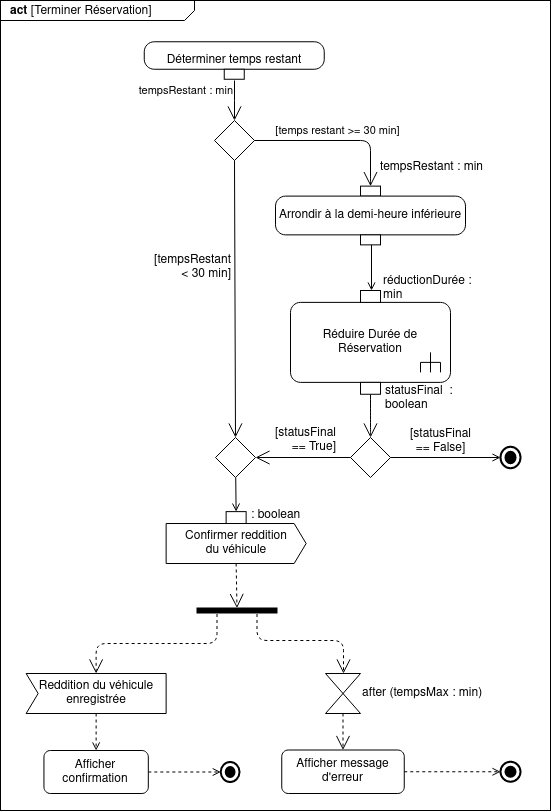
Before: diagrammes/act_TerminerReservation.png, a diagram exported from draw.io (Dalker/ISI-mobility). Source tidied: cells renumbered, new cells last; positions are measured from the earlier drawing's top-left corner, leaving out a move shared by most shapes.
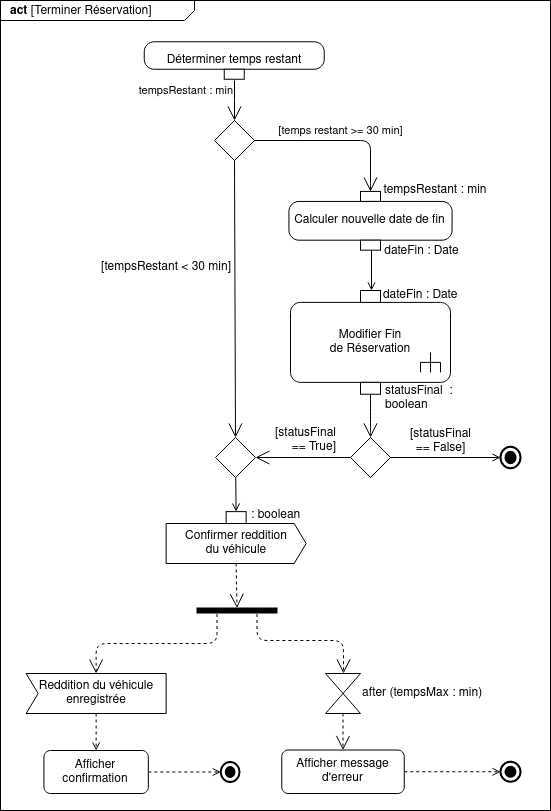
After the change.

The edit, as a diff of the source:
```diff
@@ -16,10 +16,10 @@
         <mxPoint x="234" y="110" as="targetPoint" />
       </mxGeometry>
     </mxCell>
-    <mxCell id="6" value="Réduire Durée de Réservation" style="html=1;shape=mxgraph.sysml.callBehAct;whiteSpace=wrap;align=center;" parent="1" vertex="1">
+    <mxCell id="6" value="&lt;div&gt;Modifier Fin &lt;br&gt;&lt;/div&gt;&lt;div&gt;de Réservation&lt;/div&gt;" style="html=1;shape=mxgraph.sysml.callBehAct;whiteSpace=wrap;align=center;" parent="1" vertex="1">
       <mxGeometry x="290" y="331.9" width="160" height="80" as="geometry" />
     </mxCell>
-    <mxCell id="7" value="&lt;div&gt;réductionDurée : &lt;br&gt;&lt;/div&gt;&lt;div&gt;min&lt;/div&gt;" style="shape=rect;strokeWidth=1;labelPosition=right;verticalLabelPosition=middle;align=left;verticalAlign=bottom;spacingLeft=1;fontSize=12;html=1;spacing=2;spacingBottom=-3;spacingRight=0;" parent="1" vertex="1">
+    <mxCell id="7" value="dateFin : Date" style="shape=rect;strokeWidth=1;labelPosition=right;verticalLabelPosition=middle;align=left;verticalAlign=bottom;spacingLeft=1;fontSize=12;html=1;spacing=2;spacingBottom=-3;spacingRight=0;" parent="1" vertex="1">
       <mxGeometry x="360" y="320" width="20" height="11.9" as="geometry" />
     </mxCell>
     <mxCell id="8" value="[temps restant &amp;gt;= 30 min]" style="edgeStyle=elbowEdgeStyle;html=1;elbow=horizontal;endArrow=open;labelBackgroundColor=none;strokeWidth=1;endSize=12;exitX=1;exitY=0.5;exitDx=0;exitDy=0;entryX=0;entryY=0.5;entryDx=0;entryDy=0;entryPerimeter=0;rounded=1;" parent="1" edge="1" source="4" target="10">
@@ -37,101 +37,102 @@
         <mxPoint x="371" y="320" as="targetPoint" />
       </mxGeometry>
     </mxCell>
-    <mxCell id="10" value="Arrondir à la demi-heure inférieure" style="html=1;shape=mxgraph.sysml.isControl;whiteSpace=wrap;align=center;labelBackgroundColor=none;fontSize=12;rotation=90;labelPosition=center;verticalLabelPosition=middle;verticalAlign=middle;horizontal=0;" parent="1" vertex="1">
-      <mxGeometry x="340.6" y="150" width="58.8" height="190" as="geometry" />
+    <mxCell id="10" value="Calculer nouvelle date de fin" style="html=1;shape=mxgraph.sysml.isControl;whiteSpace=wrap;align=center;labelBackgroundColor=none;fontSize=12;rotation=90;labelPosition=center;verticalLabelPosition=middle;verticalAlign=middle;horizontal=0;" parent="1" vertex="1">
+      <mxGeometry x="340.6" y="168.8" width="58.8" height="163.1" as="geometry" />
     </mxCell>
-    <mxCell id="11" value="tempsRestant : min" style="html=1;align=center;verticalAlign=bottom;labelPosition=center;verticalLabelPosition=top;labelBackgroundColor=none;spacingRight=61;rotation=90;horizontal=0;spacingLeft=0;spacing=5;spacingTop=0;" parent="10" vertex="1">
-      <mxGeometry x="84" y="206.8" as="geometry">
-        <mxPoint x="-148" y="36" as="offset" />
-      </mxGeometry>
+    <mxCell id="11" style="edgeStyle=none;rounded=1;jumpSize=6;jettySize=auto;html=1;entryX=0.5;entryY=0;entryDx=0;entryDy=0;endArrow=open;endFill=0;strokeColor=#000000;strokeWidth=1;fontSize=12;" parent="1" edge="1" source="12" target="28">
+      <mxGeometry relative="1" as="geometry" />
     </mxCell>
-    <mxCell id="12" style="edgeStyle=none;rounded=1;jumpSize=6;jettySize=auto;html=1;entryX=0.5;entryY=0;entryDx=0;entryDy=0;endArrow=open;endFill=0;strokeColor=#000000;strokeWidth=1;fontSize=12;" parent="1" edge="1" source="13" target="29">
-      <mxGeometry relative="1" as="geometry" />
+    <mxCell id="12" style="shape=rhombus;html=1;verticalLabelPosition=top;verticalAlignment=bottom;labelBackgroundColor=none;fontSize=12;align=left;" parent="1" vertex="1">
+      <mxGeometry x="215" y="467" width="40" height="40" as="geometry" />
     </mxCell>
-    <mxCell id="13" style="shape=rhombus;html=1;verticalLabelPosition=top;verticalAlignment=bottom;labelBackgroundColor=none;fontSize=12;align=left;" parent="1" vertex="1">
-      <mxGeometry x="215" y="467" width="40" height="40" as="geometry" />
+    <mxCell id="13" style="edgeStyle=orthogonalEdgeStyle;html=1;elbow=vertical;verticalAlign=bottom;startArrow=open;endArrow=none;rounded=0;labelBackgroundColor=none;startSize=12;fontSize=12;curved=1;entryX=0.5;entryY=1;entryDx=0;entryDy=0;exitX=0.5;exitY=0;exitDx=0;exitDy=0;" parent="1" edge="1" source="18" target="15">
+      <mxGeometry relative="1" as="geometry" />
     </mxCell>
-    <mxCell id="14" style="edgeStyle=orthogonalEdgeStyle;html=1;elbow=vertical;verticalAlign=bottom;startArrow=open;endArrow=none;rounded=0;labelBackgroundColor=none;startSize=12;fontSize=12;curved=1;entryX=0.5;entryY=1;entryDx=0;entryDy=0;exitX=0.5;exitY=0;exitDx=0;exitDy=0;" parent="1" edge="1" source="19" target="16">
-      <mxGeometry relative="1" as="geometry" />
+    <mxCell id="14" value="&lt;div&gt;[tempsRestant &amp;lt; 30 min]&lt;/div&gt;" style="edgeStyle=none;html=1;endArrow=open;endSize=12;verticalAlign=middle;labelBackgroundColor=none;fontSize=12;exitX=0.5;exitY=1;exitDx=0;exitDy=0;entryX=0.5;entryY=0;entryDx=0;entryDy=0;horizontal=1;labelPosition=left;verticalLabelPosition=middle;align=right;spacingLeft=-38;spacingRight=0;spacingTop=0;spacing=20;spacingBottom=0;" parent="1" edge="1" source="4" target="12">
+      <mxGeometry x="-0.23" y="16" relative="1" as="geometry" />
     </mxCell>
-    <mxCell id="15" value="&lt;div&gt;[tempsRestant&lt;/div&gt;&lt;div&gt;&amp;lt; 30 min]&lt;/div&gt;" style="edgeStyle=none;html=1;endArrow=open;endSize=12;verticalAlign=middle;labelBackgroundColor=none;fontSize=12;exitX=0.5;exitY=1;exitDx=0;exitDy=0;entryX=0.5;entryY=0;entryDx=0;entryDy=0;horizontal=1;labelPosition=left;verticalLabelPosition=middle;align=right;spacingLeft=-38;spacingRight=0;spacingTop=0;spacing=20;spacingBottom=0;" parent="1" edge="1" source="4" target="13">
-      <mxGeometry x="-0.23" y="16" relative="1" as="geometry" />
+    <mxCell id="15" value="&lt;div&gt;statusFinal&amp;nbsp; :&lt;/div&gt;&lt;div&gt;boolean&lt;/div&gt;" style="shape=rect;strokeWidth=1;labelPosition=right;verticalLabelPosition=middle;align=left;verticalAlign=middle;spacingLeft=1;fontSize=12;html=1;spacing=4;spacingBottom=-21;spacingRight=0;horizontal=1;" parent="1" vertex="1">
+      <mxGeometry x="360" y="411.9" width="20" height="11.9" as="geometry" />
     </mxCell>
-    <mxCell id="16" value="&lt;div&gt;statusFinal&amp;nbsp; :&lt;/div&gt;&lt;div&gt;boolean&lt;/div&gt;" style="shape=rect;strokeWidth=1;labelPosition=right;verticalLabelPosition=middle;align=left;verticalAlign=middle;spacingLeft=1;fontSize=12;html=1;spacing=4;spacingBottom=-21;spacingRight=0;horizontal=1;" parent="1" vertex="1">
-      <mxGeometry x="360" y="411.9" width="20" height="11.9" as="geometry" />
+    <mxCell id="16" value="&lt;div&gt;[statusFinal &lt;br&gt;&lt;/div&gt;&lt;div&gt;== True]&lt;/div&gt;" style="edgeStyle=orthogonalEdgeStyle;rounded=1;jettySize=auto;html=1;entryX=1;entryY=0.5;entryDx=0;entryDy=0;endArrow=open;endFill=0;endSize=12;strokeColor=#000000;strokeWidth=1;fontSize=12;labelPosition=left;verticalLabelPosition=middle;align=right;verticalAlign=middle;spacing=5;" parent="1" edge="1" source="18" target="12">
+      <mxGeometry x="-0.79" y="-17" relative="1" as="geometry" />
     </mxCell>
-    <mxCell id="17" value="&lt;div&gt;[statusFinal &lt;br&gt;&lt;/div&gt;&lt;div&gt;== True]&lt;/div&gt;" style="edgeStyle=orthogonalEdgeStyle;rounded=1;jettySize=auto;html=1;entryX=1;entryY=0.5;entryDx=0;entryDy=0;endArrow=open;endFill=0;endSize=12;strokeColor=#000000;strokeWidth=1;fontSize=12;labelPosition=left;verticalLabelPosition=middle;align=right;verticalAlign=middle;spacing=5;" parent="1" edge="1" source="19" target="13">
-      <mxGeometry x="-0.79" y="-17" relative="1" as="geometry" />
+    <mxCell id="17" value="&lt;div&gt;[statusFinal &lt;br&gt;&lt;/div&gt;&lt;div&gt;== False]&lt;/div&gt;" style="rounded=1;jettySize=auto;html=1;exitX=1;exitY=0.5;exitDx=0;exitDy=0;entryX=0;entryY=0.5;entryDx=0;entryDy=0;endArrow=open;endFill=0;strokeColor=#000000;strokeWidth=1;fontSize=12;spacing=3;spacingTop=-19;entryPerimeter=0;jumpSize=6;" parent="1" edge="1" source="18" target="29">
+      <mxGeometry x="-0.09" y="7" relative="1" as="geometry" />
     </mxCell>
-    <mxCell id="18" value="&lt;div&gt;[statusFinal &lt;br&gt;&lt;/div&gt;&lt;div&gt;== False]&lt;/div&gt;" style="rounded=1;jettySize=auto;html=1;exitX=1;exitY=0.5;exitDx=0;exitDy=0;entryX=0;entryY=0.5;entryDx=0;entryDy=0;endArrow=open;endFill=0;strokeColor=#000000;strokeWidth=1;fontSize=12;spacing=3;spacingTop=-19;entryPerimeter=0;jumpSize=6;" parent="1" edge="1" source="19" target="30">
-      <mxGeometry x="-0.09" y="7" relative="1" as="geometry" />
+    <mxCell id="18" style="shape=rhombus;html=1;verticalLabelPosition=top;verticalAlignment=bottom;labelBackgroundColor=none;fontSize=12;align=left;" parent="1" vertex="1">
+      <mxGeometry x="350" y="467" width="40" height="40" as="geometry" />
     </mxCell>
-    <mxCell id="19" style="shape=rhombus;html=1;verticalLabelPosition=top;verticalAlignment=bottom;labelBackgroundColor=none;fontSize=12;align=left;" parent="1" vertex="1">
-      <mxGeometry x="350" y="467" width="40" height="40" as="geometry" />
+    <mxCell id="19" style="edgeStyle=orthogonalEdgeStyle;rounded=1;jettySize=auto;html=1;entryX=0;entryY=0.5;entryDx=0;entryDy=0;endArrow=open;endFill=0;endSize=12;strokeColor=#000000;strokeWidth=1;fontSize=12;dashed=1;exitX=0.5;exitY=1;exitDx=0;exitDy=0;exitPerimeter=0;" parent="1" edge="1" source="20" target="36">
+      <mxGeometry relative="1" as="geometry" />
     </mxCell>
-    <mxCell id="20" style="edgeStyle=orthogonalEdgeStyle;rounded=1;jettySize=auto;html=1;entryX=0;entryY=0.5;entryDx=0;entryDy=0;endArrow=open;endFill=0;endSize=12;strokeColor=#000000;strokeWidth=1;fontSize=12;dashed=1;exitX=0.5;exitY=1;exitDx=0;exitDy=0;exitPerimeter=0;" parent="1" edge="1" source="21" target="37">
-      <mxGeometry relative="1" as="geometry" />
+    <mxCell id="20" value="&lt;div&gt;Confirmer reddition&lt;/div&gt;&lt;div&gt;du véhicule&lt;br&gt;&lt;/div&gt;" style="html=1;shape=mxgraph.sysml.sendSigAct;strokeWidth=1;whiteSpace=wrap;align=center;labelBackgroundColor=none;fontSize=12;" parent="1" vertex="1">
+      <mxGeometry x="165.6" y="553" width="140" height="40" as="geometry" />
     </mxCell>
-    <mxCell id="21" value="&lt;div&gt;Confirmer reddition&lt;/div&gt;&lt;div&gt;du véhicule&lt;br&gt;&lt;/div&gt;" style="html=1;shape=mxgraph.sysml.sendSigAct;strokeWidth=1;whiteSpace=wrap;align=center;labelBackgroundColor=none;fontSize=12;" parent="1" vertex="1">
-      <mxGeometry x="165.6" y="553" width="140" height="40" as="geometry" />
+    <mxCell id="21" style="edgeStyle=orthogonalEdgeStyle;rounded=1;jettySize=auto;html=1;exitX=0;exitY=0.75;exitDx=0;exitDy=0;entryX=0.5;entryY=0;entryDx=0;entryDy=0;entryPerimeter=0;dashed=1;endArrow=open;endFill=0;endSize=12;strokeColor=#000000;strokeWidth=1;fontSize=12;" parent="1" edge="1" source="36" target="23">
+      <mxGeometry relative="1" as="geometry">
+        <Array as="points">
+          <mxPoint x="217" y="673" />
+          <mxPoint x="96" y="673" />
+        </Array>
+      </mxGeometry>
     </mxCell>
-    <mxCell id="22" style="edgeStyle=orthogonalEdgeStyle;rounded=1;jettySize=auto;html=1;exitX=0;exitY=0.75;exitDx=0;exitDy=0;entryX=0.5;entryY=0;entryDx=0;entryDy=0;entryPerimeter=0;dashed=1;endArrow=open;endFill=0;endSize=12;strokeColor=#000000;strokeWidth=1;fontSize=12;" parent="1" edge="1" source="37" target="24">
+    <mxCell id="22" style="edgeStyle=orthogonalEdgeStyle;rounded=1;jettySize=auto;html=1;exitX=0;exitY=0.25;exitDx=0;exitDy=0;dashed=1;endArrow=open;endFill=0;endSize=12;strokeColor=#000000;strokeWidth=1;fontSize=12;" parent="1" edge="1" source="36" target="25">
       <mxGeometry relative="1" as="geometry">
         <Array as="points">
-          <mxPoint x="217" y="673" />
-          <mxPoint x="96" y="673" />
+          <mxPoint x="257" y="670" />
+          <mxPoint x="343" y="670" />
         </Array>
       </mxGeometry>
     </mxCell>
-    <mxCell id="23" style="edgeStyle=orthogonalEdgeStyle;rounded=1;jettySize=auto;html=1;exitX=0;exitY=0.25;exitDx=0;exitDy=0;dashed=1;endArrow=open;endFill=0;endSize=12;strokeColor=#000000;strokeWidth=1;fontSize=12;" parent="1" edge="1" source="37" target="26">
-      <mxGeometry relative="1" as="geometry">
-        <Array as="points">
-          <mxPoint x="257" y="670" />
-          <mxPoint x="343" y="670" />
-        </Array>
-      </mxGeometry>
+    <mxCell id="23" value="&lt;div&gt;Reddition du véhicule&lt;/div&gt;&lt;div&gt;enregistrée&lt;br&gt;&lt;/div&gt;" style="html=1;shape=mxgraph.sysml.accEvent;strokeWidth=1;whiteSpace=wrap;align=center;labelBackgroundColor=none;fontSize=12;" parent="1" vertex="1">
+      <mxGeometry x="25.6" y="703" width="140" height="40" as="geometry" />
     </mxCell>
-    <mxCell id="24" value="&lt;div&gt;Reddition du véhicule&lt;/div&gt;&lt;div&gt;enregistrée&lt;br&gt;&lt;/div&gt;" style="html=1;shape=mxgraph.sysml.accEvent;strokeWidth=1;whiteSpace=wrap;align=center;labelBackgroundColor=none;fontSize=12;" parent="1" vertex="1">
-      <mxGeometry x="25.6" y="703" width="140" height="40" as="geometry" />
+    <mxCell id="24" style="edgeStyle=orthogonalEdgeStyle;rounded=1;jettySize=auto;html=1;dashed=1;endArrow=open;endFill=0;endSize=12;strokeColor=#000000;strokeWidth=1;fontSize=12;entryX=0.5;entryY=0;entryDx=0;entryDy=0;exitX=0.5;exitY=1;exitDx=0;exitDy=0;exitPerimeter=0;" parent="1" edge="1" source="25" target="31">
+      <mxGeometry relative="1" as="geometry" />
     </mxCell>
-    <mxCell id="25" style="edgeStyle=orthogonalEdgeStyle;rounded=1;jettySize=auto;html=1;dashed=1;endArrow=open;endFill=0;endSize=12;strokeColor=#000000;strokeWidth=1;fontSize=12;entryX=0.5;entryY=0;entryDx=0;entryDy=0;exitX=0.5;exitY=1;exitDx=0;exitDy=0;exitPerimeter=0;" parent="1" edge="1" source="26" target="32">
-      <mxGeometry relative="1" as="geometry" />
+    <mxCell id="25" value="after (tempsMax : min)" style="html=1;shape=mxgraph.sysml.timeEvent;strokeWidth=1;verticalLabelPosition=middle;verticalAlignment=top;labelBackgroundColor=none;fontSize=12;align=left;labelPosition=right;verticalAlign=middle;horizontal=1;" parent="1" vertex="1">
+      <mxGeometry x="325" y="703" width="35" height="40" as="geometry" />
     </mxCell>
-    <mxCell id="26" value="after (tempsMax : min)" style="html=1;shape=mxgraph.sysml.timeEvent;strokeWidth=1;verticalLabelPosition=middle;verticalAlignment=top;labelBackgroundColor=none;fontSize=12;align=left;labelPosition=right;verticalAlign=middle;horizontal=1;" parent="1" vertex="1">
-      <mxGeometry x="325" y="703" width="35" height="40" as="geometry" />
+    <mxCell id="26" style="edgeStyle=none;rounded=1;jumpSize=6;jettySize=auto;html=1;dashed=1;endArrow=open;endFill=0;strokeColor=#000000;strokeWidth=1;fontSize=12;exitX=0.5;exitY=1;exitDx=0;exitDy=0;exitPerimeter=0;" parent="1" edge="1" source="23" target="34">
+      <mxGeometry relative="1" as="geometry" />
     </mxCell>
-    <mxCell id="27" style="edgeStyle=none;rounded=1;jumpSize=6;jettySize=auto;html=1;dashed=1;endArrow=open;endFill=0;strokeColor=#000000;strokeWidth=1;fontSize=12;exitX=0.5;exitY=1;exitDx=0;exitDy=0;exitPerimeter=0;" parent="1" edge="1" source="24" target="35">
+    <mxCell id="27" style="edgeStyle=none;rounded=1;jumpSize=6;jettySize=auto;html=1;endArrow=open;endFill=0;strokeColor=#000000;strokeWidth=1;fontSize=12;" parent="1" edge="1" source="28" target="20">
       <mxGeometry relative="1" as="geometry" />
     </mxCell>
-    <mxCell id="28" style="edgeStyle=none;rounded=1;jumpSize=6;jettySize=auto;html=1;endArrow=open;endFill=0;strokeColor=#000000;strokeWidth=1;fontSize=12;" parent="1" edge="1" source="29" target="21">
-      <mxGeometry relative="1" as="geometry" />
+    <mxCell id="28" value=": boolean" style="shape=rect;strokeWidth=1;labelPosition=right;verticalLabelPosition=middle;align=left;verticalAlign=middle;spacingLeft=1;fontSize=12;html=1;spacing=4;spacingBottom=0;spacingRight=0;horizontal=1;spacingTop=-4;" parent="1" vertex="1">
+      <mxGeometry x="225.6" y="541.1" width="20" height="11.9" as="geometry" />
     </mxCell>
-    <mxCell id="29" value=": boolean" style="shape=rect;strokeWidth=1;labelPosition=right;verticalLabelPosition=middle;align=left;verticalAlign=middle;spacingLeft=1;fontSize=12;html=1;spacing=4;spacingBottom=0;spacingRight=0;horizontal=1;spacingTop=-4;" parent="1" vertex="1">
-      <mxGeometry x="225.6" y="541.1" width="20" height="11.9" as="geometry" />
+    <mxCell id="29" style="html=1;shape=mxgraph.sysml.actFinal;strokeWidth=2;verticalLabelPosition=bottom;verticalAlignment=top;" parent="1" vertex="1">
+      <mxGeometry x="500" y="476.2" width="20" height="21.5" as="geometry" />
     </mxCell>
-    <mxCell id="30" style="html=1;shape=mxgraph.sysml.actFinal;strokeWidth=2;verticalLabelPosition=bottom;verticalAlignment=top;" parent="1" vertex="1">
-      <mxGeometry x="500" y="476.2" width="20" height="21.5" as="geometry" />
+    <mxCell id="30" style="edgeStyle=none;rounded=1;jumpSize=6;jettySize=auto;html=1;entryX=0;entryY=0.5;entryDx=0;entryDy=0;entryPerimeter=0;endArrow=open;endFill=0;strokeColor=#000000;strokeWidth=1;fontSize=12;dashed=1;" parent="1" edge="1" source="31" target="32">
+      <mxGeometry relative="1" as="geometry" />
     </mxCell>
-    <mxCell id="31" style="edgeStyle=none;rounded=1;jumpSize=6;jettySize=auto;html=1;entryX=0;entryY=0.5;entryDx=0;entryDy=0;entryPerimeter=0;endArrow=open;endFill=0;strokeColor=#000000;strokeWidth=1;fontSize=12;dashed=1;" parent="1" edge="1" source="32" target="33">
-      <mxGeometry relative="1" as="geometry" />
+    <mxCell id="31" value="&lt;div&gt;Afficher message&lt;/div&gt;&lt;div&gt;d'erreur&lt;br&gt;&lt;/div&gt;" style="shape=rect;html=1;rounded=1;whiteSpace=wrap;align=center;labelBackgroundColor=none;strokeWidth=1;fontSize=12;" parent="1" vertex="1">
+      <mxGeometry x="281.2" y="779.5" width="122.5" height="43.5" as="geometry" />
     </mxCell>
-    <mxCell id="32" value="&lt;div&gt;Afficher message&lt;/div&gt;&lt;div&gt;d'erreur&lt;br&gt;&lt;/div&gt;" style="shape=rect;html=1;rounded=1;whiteSpace=wrap;align=center;labelBackgroundColor=none;strokeWidth=1;fontSize=12;" parent="1" vertex="1">
-      <mxGeometry x="281.2" y="779.5" width="122.5" height="43.5" as="geometry" />
+    <mxCell id="32" style="html=1;shape=mxgraph.sysml.actFinal;strokeWidth=2;verticalLabelPosition=bottom;verticalAlignment=top;" parent="1" vertex="1">
+      <mxGeometry x="500" y="791.2" width="20" height="20" as="geometry" />
     </mxCell>
-    <mxCell id="33" style="html=1;shape=mxgraph.sysml.actFinal;strokeWidth=2;verticalLabelPosition=bottom;verticalAlignment=top;" parent="1" vertex="1">
-      <mxGeometry x="500" y="791.2" width="20" height="20" as="geometry" />
+    <mxCell id="33" style="edgeStyle=none;rounded=1;jumpSize=6;jettySize=auto;html=1;exitX=1;exitY=0.5;exitDx=0;exitDy=0;dashed=1;endArrow=open;endFill=0;strokeColor=#000000;strokeWidth=1;fontSize=12;" parent="1" edge="1" source="34" target="35">
+      <mxGeometry relative="1" as="geometry" />
     </mxCell>
-    <mxCell id="34" style="edgeStyle=none;rounded=1;jumpSize=6;jettySize=auto;html=1;exitX=1;exitY=0.5;exitDx=0;exitDy=0;dashed=1;endArrow=open;endFill=0;strokeColor=#000000;strokeWidth=1;fontSize=12;" parent="1" edge="1" source="35" target="36">
-      <mxGeometry relative="1" as="geometry" />
+    <mxCell id="34" value="&lt;div&gt;Afficher &lt;br&gt;&lt;/div&gt;&lt;div&gt;confirmation&lt;/div&gt;" style="shape=rect;html=1;rounded=1;whiteSpace=wrap;align=center;labelBackgroundColor=none;strokeWidth=1;fontSize=12;" parent="1" vertex="1">
+      <mxGeometry x="43.4" y="780" width="104.4" height="43" as="geometry" />
     </mxCell>
-    <mxCell id="35" value="&lt;div&gt;Afficher &lt;br&gt;&lt;/div&gt;&lt;div&gt;confirmation&lt;/div&gt;" style="shape=rect;html=1;rounded=1;whiteSpace=wrap;align=center;labelBackgroundColor=none;strokeWidth=1;fontSize=12;" parent="1" vertex="1">
-      <mxGeometry x="43.4" y="780" width="104.4" height="43" as="geometry" />
+    <mxCell id="35" style="html=1;shape=mxgraph.sysml.actFinal;strokeWidth=2;verticalLabelPosition=bottom;verticalAlignment=top;labelBackgroundColor=none;fontSize=12;align=left;" parent="1" vertex="1">
+      <mxGeometry x="220.3" y="791.5" width="18.7" height="20" as="geometry" />
     </mxCell>
-    <mxCell id="36" style="html=1;shape=mxgraph.sysml.actFinal;strokeWidth=2;verticalLabelPosition=bottom;verticalAlignment=top;labelBackgroundColor=none;fontSize=12;align=left;" parent="1" vertex="1">
-      <mxGeometry x="220.3" y="791.5" width="18.7" height="20" as="geometry" />
+    <mxCell id="36" style="shape=rect;html=1;fillColor=#000000;verticalLabelPosition=bottom;verticalAlignment=top;strokeWidth=1;rotation=90;" parent="1" vertex="1">
+      <mxGeometry x="234" y="600" width="5" height="80" as="geometry" />
     </mxCell>
-    <mxCell id="37" style="shape=rect;html=1;fillColor=#000000;verticalLabelPosition=bottom;verticalAlignment=top;strokeWidth=1;rotation=90;" parent="1" vertex="1">
-      <mxGeometry x="234" y="600" width="5" height="80" as="geometry" />
+    <mxCell id="37" value="tempsRestant : min" style="text;html=1;strokeColor=none;fillColor=none;align=center;verticalAlign=middle;whiteSpace=wrap;rounded=0;spacingLeft=-10;" parent="1" vertex="1">
+      <mxGeometry x="380" y="210" width="120" height="20" as="geometry" />
     </mxCell>
+    <mxCell id="38" value="dateFin : Date" style="text;html=1;align=center;verticalAlign=middle;labelBackgroundColor=#ffffff;" parent="1" vertex="1">
+      <mxGeometry x="420" y="280" as="geometry" />
+    </mxCell>
   </root>
 </mxGraphModel>
```
